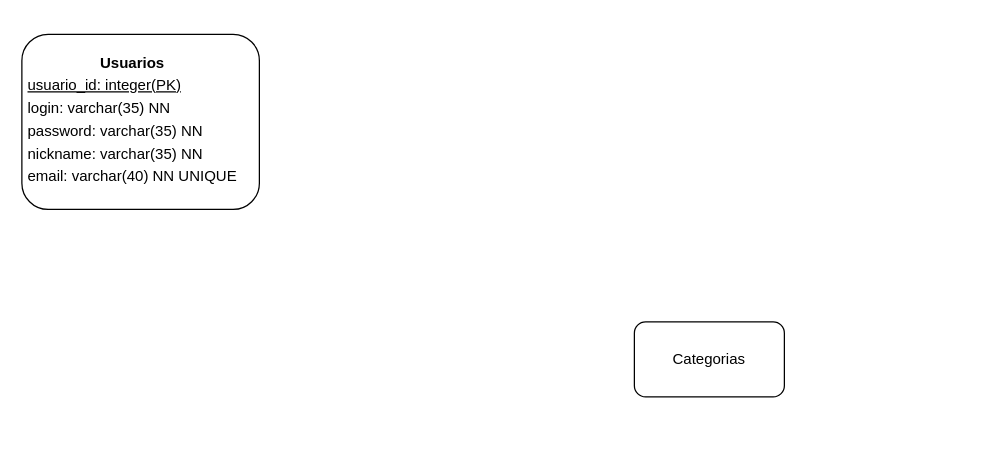
This is PanelaHRM Diagram.drawio from habidco/panelahrmproject, a draw.io file, before an edit. Source tidied: cells renumbered, new cells numbered last; positions are measured from the earlier drawing's top-left corner, leaving out a move shared by most shapes. Both pictures are drawn from the tidied source at 125%, with x=0, y=0 at pixel (21, 34).
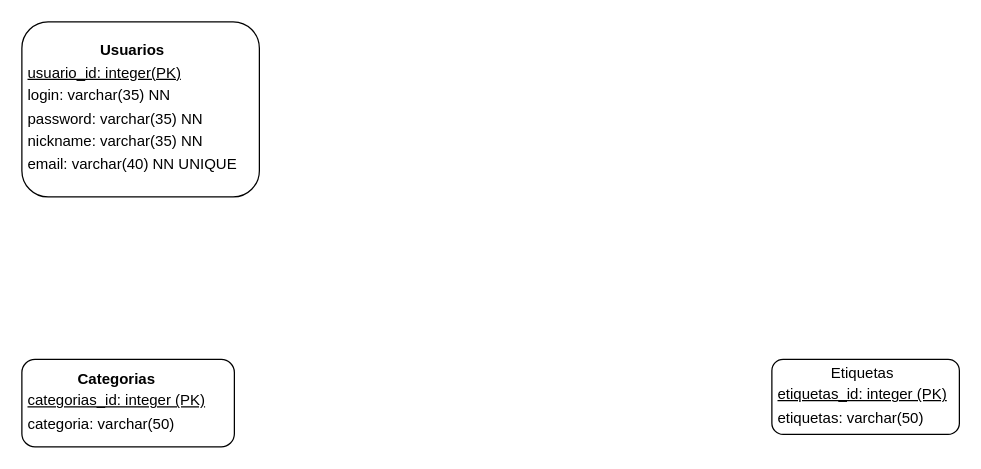
Above is the later version.

Diff of the diagram source:
```diff
@@
 <mxGraphModel>
   <root>
     <mxCell id="0" />
     <mxCell id="1" parent="0" />
     <mxCell id="2" value="&lt;div style=&quot;text-align: center;&quot;&gt;&lt;b style=&quot;background-color: initial;&quot;&gt;Usuarios&lt;/b&gt;&lt;/div&gt;&lt;table&gt;&lt;tbody&gt;&lt;tr&gt;&lt;td&gt;&lt;u&gt;usuario_id: integer(PK)&lt;/u&gt;&lt;/td&gt;&lt;/tr&gt;&lt;tr&gt;&lt;td&gt;login: varchar(35) NN&lt;/td&gt;&lt;/tr&gt;&lt;tr&gt;&lt;td&gt;password: varchar(35) NN&lt;/td&gt;&lt;/tr&gt;&lt;tr&gt;&lt;td&gt;nickname: varchar(35) NN&lt;/td&gt;&lt;/tr&gt;&lt;tr&gt;&lt;td&gt;email: varchar(40) NN UNIQUE&lt;/td&gt;&lt;/tr&gt;&lt;/tbody&gt;&lt;/table&gt;" style="rounded=1;whiteSpace=wrap;html=1;align=left;" parent="1" vertex="1">
-      <mxGeometry width="190" height="140" as="geometry" />
+      <mxGeometry y="-10" width="190" height="140" as="geometry" />
     </mxCell>
-    <mxCell id="3" value="Categorias&lt;br&gt;" style="rounded=1;whiteSpace=wrap;html=1;" parent="1" vertex="1">
-      <mxGeometry x="490" y="230" width="120" height="60" as="geometry" />
+    <mxCell id="3" value="&lt;div style=&quot;text-align: center;&quot;&gt;&lt;span style=&quot;background-color: initial;&quot;&gt;&lt;b&gt;Categorias&lt;/b&gt;&lt;/span&gt;&lt;/div&gt;&lt;table style=&quot;&quot;&gt;&lt;tbody&gt;&lt;tr&gt;&lt;td&gt;&lt;u&gt;categorias_id: integer (PK)&lt;/u&gt;&lt;/td&gt;&lt;/tr&gt;&lt;tr&gt;&lt;td&gt;categoria: varchar(50)&lt;/td&gt;&lt;/tr&gt;&lt;/tbody&gt;&lt;/table&gt;" style="rounded=1;whiteSpace=wrap;html=1;align=left;" parent="1" vertex="1">
+      <mxGeometry y="260" width="170" height="70" as="geometry" />
     </mxCell>
+    <mxCell id="4" value="&lt;div style=&quot;text-align: center;&quot;&gt;&lt;span style=&quot;background-color: initial;&quot;&gt;Etiquetas&lt;/span&gt;&lt;/div&gt;&lt;table&gt;&lt;tbody&gt;&lt;tr&gt;&lt;td&gt;&lt;u&gt;etiquetas_id: integer (PK)&lt;/u&gt;&lt;/td&gt;&lt;/tr&gt;&lt;tr&gt;&lt;td&gt;etiquetas: varchar(50)&lt;/td&gt;&lt;/tr&gt;&lt;/tbody&gt;&lt;/table&gt;" style="rounded=1;whiteSpace=wrap;html=1;align=left;" parent="1" vertex="1">
+      <mxGeometry x="600" y="260" width="150" height="60" as="geometry" />
+    </mxCell>
   </root>
 </mxGraphModel>
```
